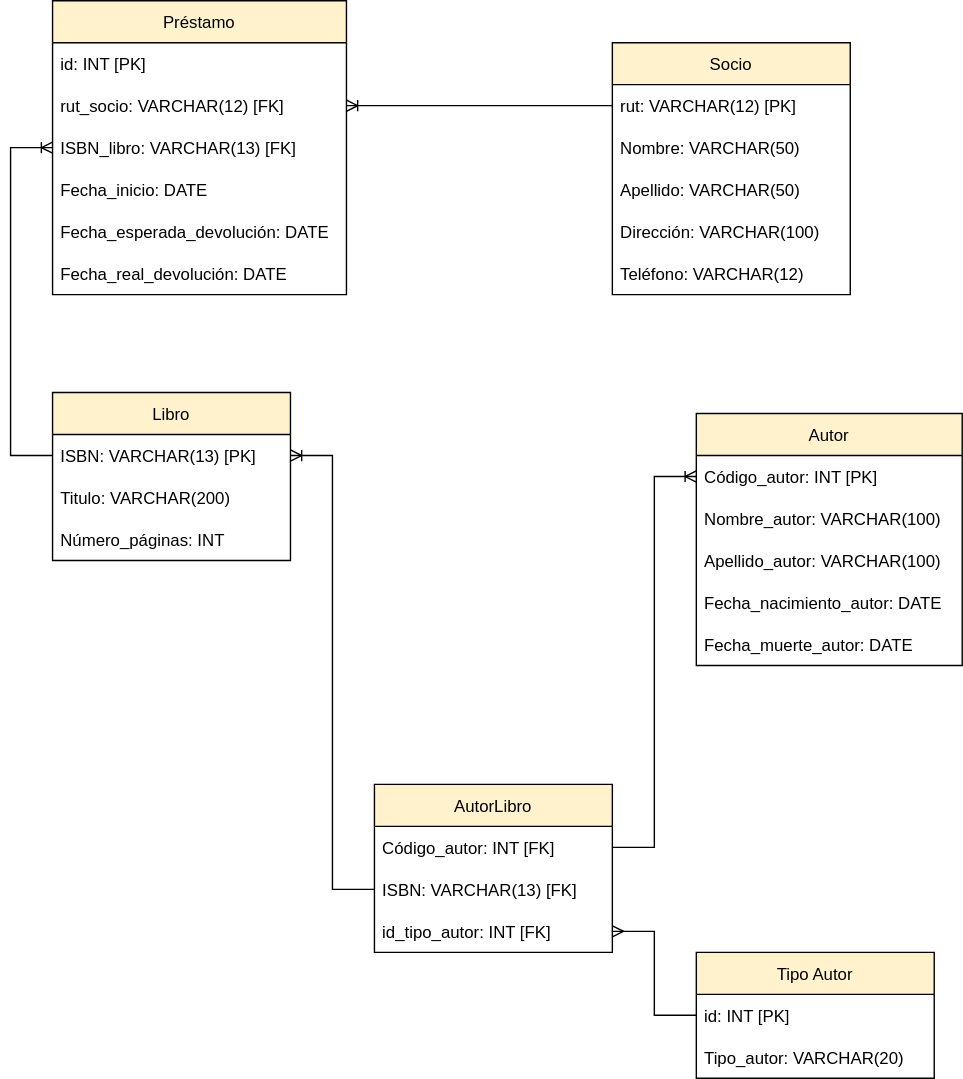
Above: Biblioteca1-3.drawio.svg in KarQuis/M5---Prueba (draw.io), before the change. Source tidied: cells renumbered, new cells last; positions are measured from the earlier drawing's top-left corner, leaving out a move shared by most shapes.
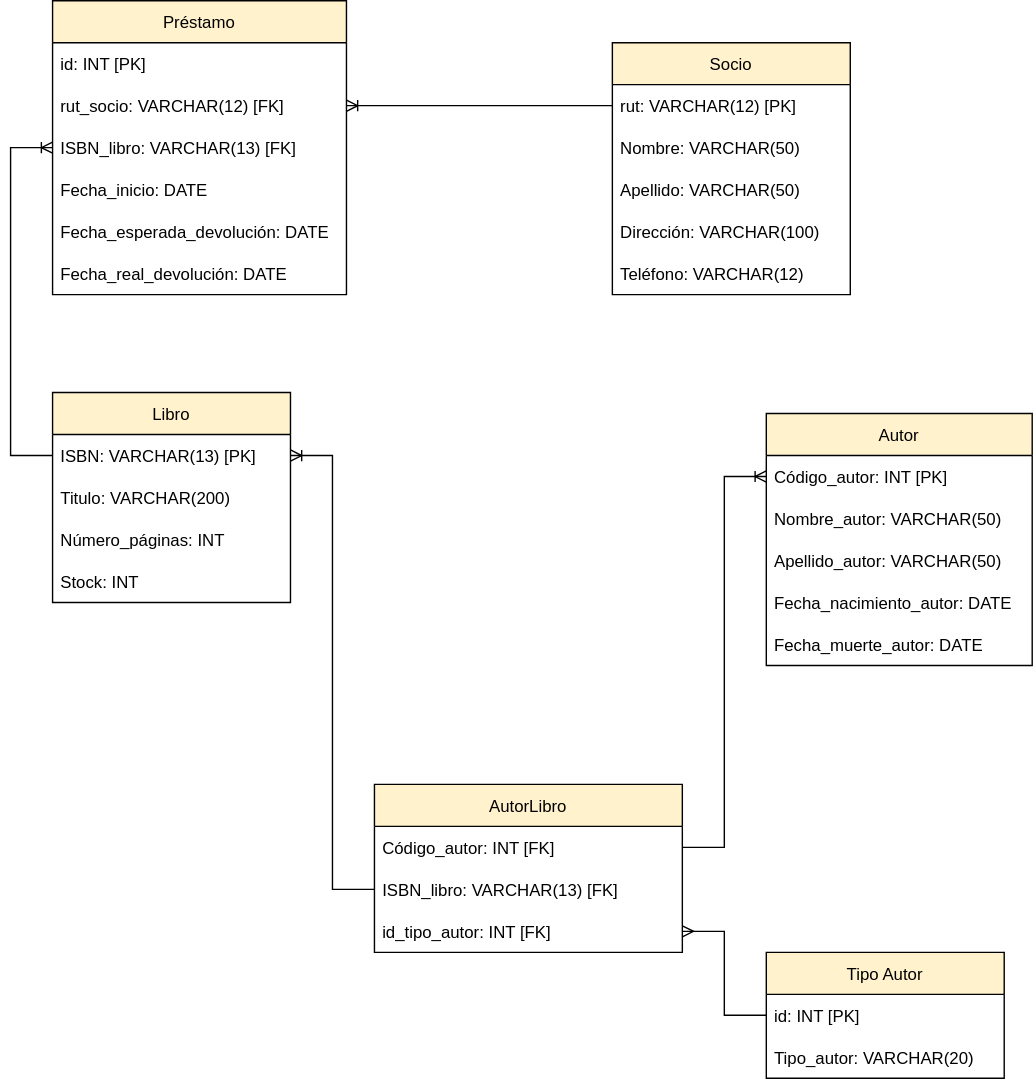
After the change.

Commit message:
Modelo Físico - Biblioteca

The edit, as a diff of the source:
```diff
@@ -42,7 +42,7 @@
       <mxGeometry y="150" width="170" height="30" as="geometry" />
     </mxCell>
     <mxCell id="15" value="Libro" style="swimlane;fontStyle=0;horizontal=1;startSize=30;fillColor=#FFF2CC;" parent="1" vertex="1">
-      <mxGeometry x="30" y="280" width="170" height="120" as="geometry" />
+      <mxGeometry x="30" y="280" width="170" height="150" as="geometry" />
     </mxCell>
     <mxCell id="16" value="ISBN: VARCHAR(13) [PK]" style="text;strokeColor=none;fillColor=none;align=left;verticalAlign=middle;spacingLeft=4;spacingRight=4;overflow=hidden;points=[[0,0.5],[1,0.5]];portConstraint=eastwest;" parent="15" vertex="1">
       <mxGeometry y="30" width="170" height="30" as="geometry" />
@@ -53,6 +53,9 @@
     <mxCell id="18" value="Número_páginas: INT" style="text;strokeColor=none;fillColor=none;align=left;verticalAlign=middle;spacingLeft=4;spacingRight=4;overflow=hidden;" parent="15" vertex="1">
       <mxGeometry y="90" width="170" height="30" as="geometry" />
     </mxCell>
+    <mxCell id="37" value="Stock: INT" style="text;strokeColor=none;fillColor=none;align=left;verticalAlign=middle;spacingLeft=4;spacingRight=4;overflow=hidden;" parent="15" vertex="1">
+      <mxGeometry y="120" width="170" height="30" as="geometry" />
+    </mxCell>
     <mxCell id="19" style="edgeStyle=entityRelationEdgeStyle;fontSize=12;html=1;endArrow=ERoneToMany;rounded=0;exitX=0;exitY=0.5;exitDx=0;exitDy=0;entryX=1;entryY=0.5;entryDx=0;entryDy=0;" parent="1" edge="1" source="10" target="4">
       <mxGeometry relative="1" as="geometry" />
     </mxCell>
@@ -65,15 +68,15 @@
       </mxGeometry>
     </mxCell>
     <mxCell id="21" value="Autor" style="swimlane;fontStyle=0;horizontal=1;startSize=30;fillColor=#FFF2CC;" parent="1" vertex="1">
-      <mxGeometry x="490" y="295" width="190" height="180" as="geometry" />
+      <mxGeometry x="540" y="295" width="190" height="180" as="geometry" />
     </mxCell>
     <mxCell id="22" value="Código_autor: INT [PK]" style="text;strokeColor=none;fillColor=none;align=left;verticalAlign=middle;spacingLeft=4;spacingRight=4;overflow=hidden;points=[[0,0.5],[1,0.5]];portConstraint=eastwest;" parent="21" vertex="1">
       <mxGeometry y="30" width="190" height="30" as="geometry" />
     </mxCell>
-    <mxCell id="23" value="Nombre_autor: VARCHAR(100)" style="text;strokeColor=none;fillColor=none;align=left;verticalAlign=middle;spacingLeft=4;spacingRight=4;overflow=hidden;" parent="21" vertex="1">
+    <mxCell id="23" value="Nombre_autor: VARCHAR(50)" style="text;strokeColor=none;fillColor=none;align=left;verticalAlign=middle;spacingLeft=4;spacingRight=4;overflow=hidden;" parent="21" vertex="1">
       <mxGeometry y="60" width="190" height="30" as="geometry" />
     </mxCell>
-    <mxCell id="24" value="Apellido_autor: VARCHAR(100)" style="text;strokeColor=none;fillColor=none;align=left;verticalAlign=middle;spacingLeft=4;spacingRight=4;overflow=hidden;" parent="21" vertex="1">
+    <mxCell id="24" value="Apellido_autor: VARCHAR(50)" style="text;strokeColor=none;fillColor=none;align=left;verticalAlign=middle;spacingLeft=4;spacingRight=4;overflow=hidden;" parent="21" vertex="1">
       <mxGeometry y="90" width="190" height="30" as="geometry" />
     </mxCell>
     <mxCell id="25" value="Fecha_nacimiento_autor: DATE" style="text;strokeColor=none;fillColor=none;align=left;verticalAlign=middle;spacingLeft=4;spacingRight=4;overflow=hidden;" parent="21" vertex="1">
@@ -83,16 +86,16 @@
       <mxGeometry y="150" width="190" height="30" as="geometry" />
     </mxCell>
     <mxCell id="27" value="AutorLibro" style="swimlane;fontStyle=0;horizontal=1;startSize=30;fillColor=#FFF2CC;" parent="1" vertex="1">
-      <mxGeometry x="260" y="560" width="170" height="120" as="geometry" />
+      <mxGeometry x="260" y="560" width="220" height="120" as="geometry" />
     </mxCell>
     <mxCell id="28" value="Código_autor: INT [FK]" style="text;strokeColor=none;fillColor=none;align=left;verticalAlign=middle;spacingLeft=4;spacingRight=4;overflow=hidden;points=[[0,0.5],[1,0.5]];portConstraint=eastwest;" parent="27" vertex="1">
-      <mxGeometry y="30" width="170" height="30" as="geometry" />
+      <mxGeometry y="30" width="220" height="30" as="geometry" />
     </mxCell>
-    <mxCell id="29" value="ISBN: VARCHAR(13) [FK]" style="text;strokeColor=none;fillColor=none;align=left;verticalAlign=middle;spacingLeft=4;spacingRight=4;overflow=hidden;points=[[0,0.5],[1,0.5]];portConstraint=eastwest;" parent="27" vertex="1">
-      <mxGeometry y="60" width="170" height="30" as="geometry" />
+    <mxCell id="29" value="ISBN_libro: VARCHAR(13) [FK]" style="text;strokeColor=none;fillColor=none;align=left;verticalAlign=middle;spacingLeft=4;spacingRight=4;overflow=hidden;points=[[0,0.5],[1,0.5]];portConstraint=eastwest;" parent="27" vertex="1">
+      <mxGeometry y="60" width="220" height="30" as="geometry" />
     </mxCell>
     <mxCell id="30" value="id_tipo_autor: INT [FK]" style="text;strokeColor=none;fillColor=none;align=left;verticalAlign=middle;spacingLeft=4;spacingRight=4;overflow=hidden;points=[[0,0.5],[1,0.5]];portConstraint=eastwest;" parent="27" vertex="1">
-      <mxGeometry y="90" width="170" height="30" as="geometry" />
+      <mxGeometry y="90" width="220" height="30" as="geometry" />
     </mxCell>
     <mxCell id="31" style="edgeStyle=entityRelationEdgeStyle;fontSize=12;html=1;endArrow=ERoneToMany;rounded=0;exitX=1;exitY=0.5;exitDx=0;exitDy=0;entryX=0;entryY=0.5;entryDx=0;entryDy=0;" parent="1" edge="1" source="28" target="22">
       <mxGeometry relative="1" as="geometry" />
@@ -101,7 +104,7 @@
       <mxGeometry relative="1" as="geometry" />
     </mxCell>
     <mxCell id="33" value="Tipo Autor" style="swimlane;fontStyle=0;horizontal=1;startSize=30;fillColor=#FFF2CC;" parent="1" vertex="1">
-      <mxGeometry x="490" y="680" width="170" height="90" as="geometry" />
+      <mxGeometry x="540" y="680" width="170" height="90" as="geometry" />
     </mxCell>
     <mxCell id="34" value="id: INT [PK]" style="text;strokeColor=none;fillColor=none;align=left;verticalAlign=middle;spacingLeft=4;spacingRight=4;overflow=hidden;" parent="33" vertex="1">
       <mxGeometry y="30" width="170" height="30" as="geometry" />
```
